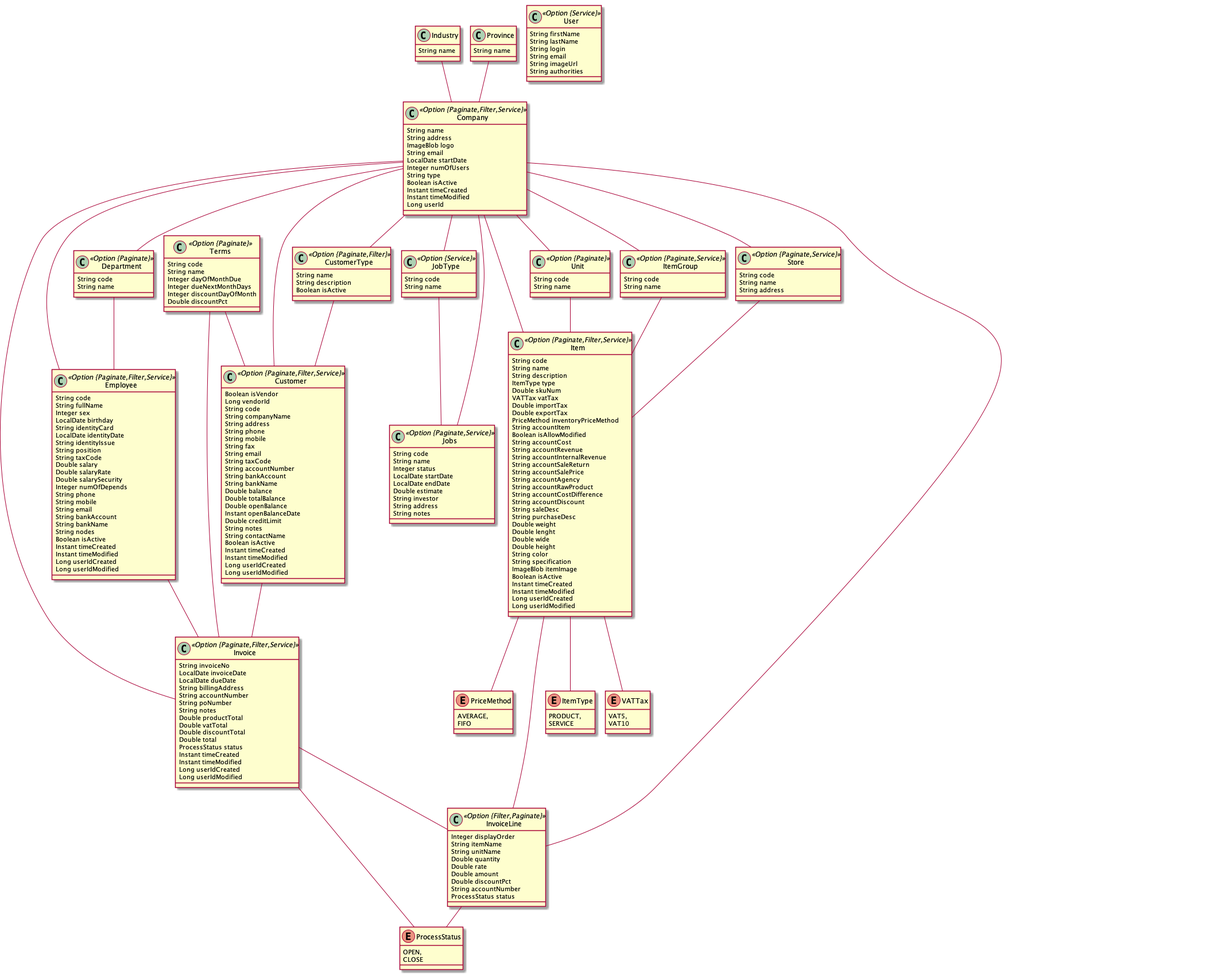
This is ak/ak.png from tunbill/ak-store, a PlantUML export, as it was before one commit.
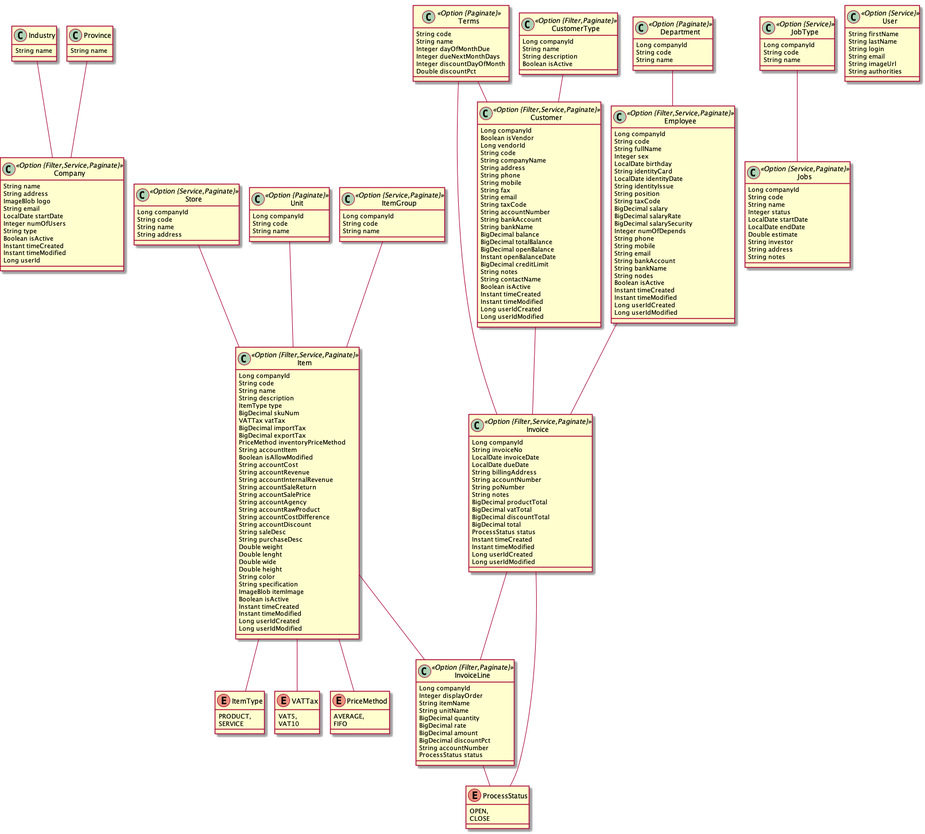
After the commit.

Diff of the diagram source:
```diff
@@ -1,7 +1,7 @@
 @startuml
 	!pragma graphviz_dot jdot
 	!pragma syntax class
-	class Company <<Option {Paginate,Filter,Service}>> {
+	class Company <<Option {Filter,Service,Paginate}>> {
 		String name
 		String address
 		ImageBlob logo
@@ -20,7 +20,8 @@
 	class Province  {
 		String name
 	}
-	class Customer <<Option {Paginate,Filter,Service}>> {
+	class Customer <<Option {Filter,Service,Paginate}>> {
+		Long companyId
 		Boolean isVendor
 		Long vendorId
 		String code
@@ -34,11 +35,11 @@
 		String accountNumber
 		String bankAccount
 		String bankName
-		Double balance
-		Double totalBalance
-		Double openBalance
+		BigDecimal balance
+		BigDecimal totalBalance
+		BigDecimal openBalance
 		Instant openBalanceDate
-		Double creditLimit
+		BigDecimal creditLimit
 		String notes
 		String contactName
 		Boolean isActive
@@ -47,7 +48,8 @@
 		Long userIdCreated
 		Long userIdModified
 	}
-	class CustomerType <<Option {Paginate,Filter}>> {
+	class CustomerType <<Option {Filter,Paginate}>> {
+		Long companyId
 		String name
 		String description
 		Boolean isActive
@@ -60,16 +62,19 @@
 		Integer discountDayOfMonth
 		Double discountPct
 	}
-	class Store <<Option {Paginate,Service}>> {
+	class Store <<Option {Service,Paginate}>> {
+		Long companyId
 		String code
 		String name
 		String address
 	}
 	class Department <<Option {Paginate}>> {
+		Long companyId
 		String code
 		String name
 	}
-	class Jobs <<Option {Paginate,Service}>> {
+	class Jobs <<Option {Service,Paginate}>> {
+		Long companyId
 		String code
 		String name
 		Integer status
@@ -81,10 +86,12 @@
 		String notes
 	}
 	class JobType <<Option {Service}>> {
+		Long companyId
 		String code
 		String name
 	}
-	class Employee <<Option {Paginate,Filter,Service}>> {
+	class Employee <<Option {Filter,Service,Paginate}>> {
+		Long companyId
 		String code
 		String fullName
 		Integer sex
@@ -94,9 +101,9 @@
 		String identityIssue
 		String position
 		String taxCode
-		Double salary
-		Double salaryRate
-		Double salarySecurity
+		BigDecimal salary
+		BigDecimal salaryRate
+		BigDecimal salarySecurity
 		Integer numOfDepends
 		String phone
 		String mobile
@@ -110,15 +117,16 @@
 		Long userIdCreated
 		Long userIdModified
 	}
-	class Item <<Option {Paginate,Filter,Service}>> {
+	class Item <<Option {Filter,Service,Paginate}>> {
+		Long companyId
 		String code
 		String name
 		String description
 		ItemType type
-		Double skuNum
+		BigDecimal skuNum
 		VATTax vatTax
-		Double importTax
-		Double exportTax
+		BigDecimal importTax
+		BigDecimal exportTax
 		PriceMethod inventoryPriceMethod
 		String accountItem
 		Boolean isAllowModified
@@ -162,14 +170,17 @@
 		FIFO
 	}
 	class Unit <<Option {Paginate}>> {
+		Long companyId
 		String code
 		String name
 	}
-	class ItemGroup <<Option {Paginate,Service}>> {
+	class ItemGroup <<Option {Service,Paginate}>> {
+		Long companyId
 		String code
 		String name
 	}
-	class Invoice <<Option {Paginate,Filter,Service}>> {
+	class Invoice <<Option {Filter,Service,Paginate}>> {
+		Long companyId
 		String invoiceNo
 		LocalDate invoiceDate
 		LocalDate dueDate
@@ -177,10 +188,10 @@
 		String accountNumber
 		String poNumber
 		String notes
-		Double productTotal
-		Double vatTotal
-		Double discountTotal
-		Double total
+		BigDecimal productTotal
+		BigDecimal vatTotal
+		BigDecimal discountTotal
+		BigDecimal total
 		ProcessStatus status
 		Instant timeCreated
 		Instant timeModified
@@ -193,13 +204,14 @@
 		CLOSE
 	}
 	class InvoiceLine <<Option {Filter,Paginate}>> {
+		Long companyId
 		Integer displayOrder
 		String itemName
 		String unitName
-		Double quantity
-		Double rate
-		Double amount
-		Double discountPct
+		BigDecimal quantity
+		BigDecimal rate
+		BigDecimal amount
+		BigDecimal discountPct
 		String accountNumber
 		ProcessStatus status
 	}
@@ -218,18 +230,6 @@
 	Employee  "invoice 0..1 " --o "0..* "  Invoice
 	Invoice  "invoiceLine 0..1 " --o "0..* "  InvoiceLine
 	Item  "invoiceLine 0..1 " --o "0..* "  InvoiceLine
-	Company  "customerType 0..1 " --o "0..* "  CustomerType
-	Company  "customer 0..1 " --o "0..* "  Customer
-	Company  "store 0..1 " --o "0..* "  Store
-	Company  "department 0..1 " --o "0..* "  Department
-	Company  "jobs 0..1 " --o "0..* "  Jobs
-	Company  "jobType 0..1 " --o "0..* "  JobType
-	Company  "employee 0..1 " --o "0..* "  Employee
-	Company  "item 0..1 " --o "0..* "  Item
-	Company  "ItemGroup 0..1 " --o "0..* "  ItemGroup
-	Company  "unit 0..1 " --o "0..* "  Unit
-	Company  "invoice 0..1 " --o "0..* "  Invoice
-	Company  "invoiceLine 0..1 " --o "0..* "  InvoiceLine
 	class User <<Option {Service}>> {
 		String firstName
 		String lastName
```
